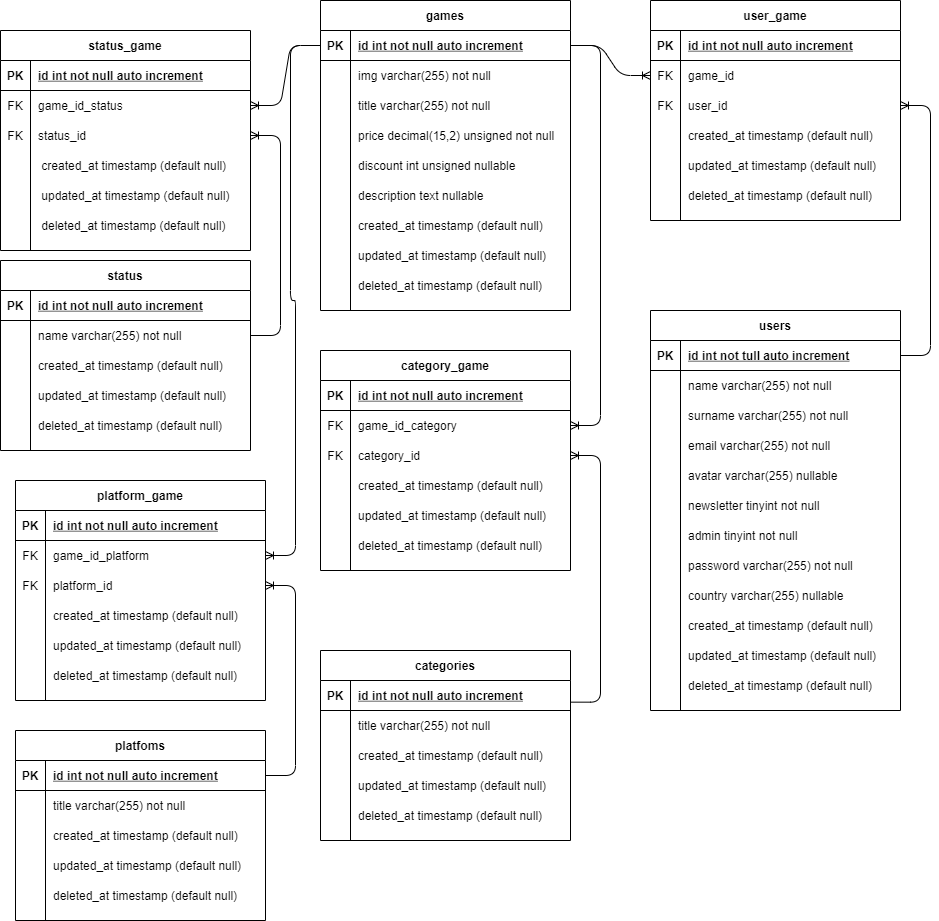
matiasncocco/grupo_6_GameCentral keeps this draw.io diagram as src/database/diagrams/DER drawio.png. Above is the earlier version. Source tidied: cells renumbered, new cells last; positions are measured from the earlier drawing's top-left corner, leaving out a move shared by most shapes.
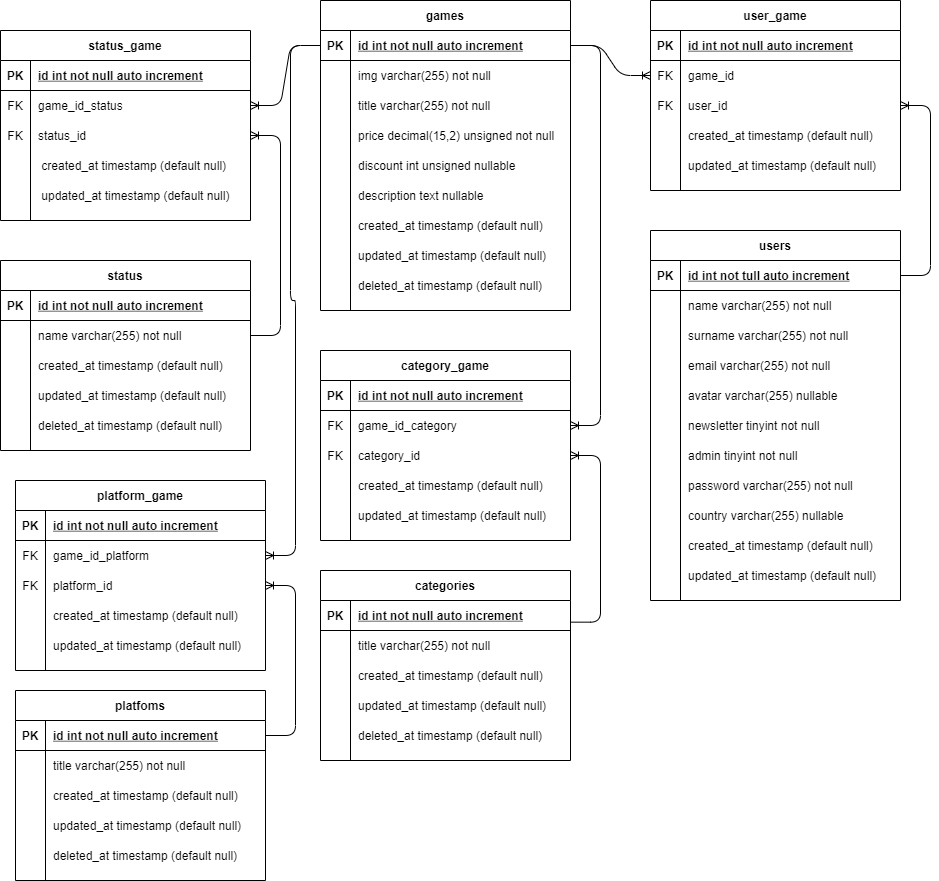
After the commit.

Change to the diagram source:
```diff
@@ -3,7 +3,7 @@
     <mxCell id="0" />
     <mxCell id="1" parent="0" />
     <mxCell id="2" value="categories" style="shape=table;startSize=30;rowLines=0;fontStyle=1;align=center;" parent="1" vertex="1">
-      <mxGeometry x="320" y="650" width="250" height="190" as="geometry" />
+      <mxGeometry x="320" y="570" width="250" height="190" as="geometry" />
     </mxCell>
     <mxCell id="3" style="shape=partialRectangle;fillColor=none;points=[[0,0.5],[1,0.5]];portConstraint=eastwest;top=0;left=0;right=0;bottom=1;" parent="2" vertex="1">
       <mxGeometry y="30" width="250" height="30" as="geometry" />
@@ -51,7 +51,7 @@
       <mxGeometry x="30" width="220" height="30" as="geometry" />
     </mxCell>
     <mxCell id="18" value="users" style="shape=table;startSize=30;rowLines=0;fontStyle=1;align=center;" parent="1" vertex="1">
-      <mxGeometry x="650" y="310" width="250" height="400" as="geometry" />
+      <mxGeometry x="650" y="230" width="250" height="370" as="geometry" />
     </mxCell>
     <mxCell id="19" style="shape=partialRectangle;fillColor=none;points=[[0,0.5],[1,0.5]];portConstraint=eastwest;top=0;left=0;right=0;bottom=1;" parent="18" vertex="1">
       <mxGeometry y="30" width="250" height="30" as="geometry" />
@@ -152,15 +152,6 @@
     <mxCell id="51" value="updated_at timestamp (default null)" style="shape=partialRectangle;overflow=hidden;fillColor=none;top=0;left=0;bottom=0;right=0;align=left;spacingLeft=6;" parent="49" vertex="1">
       <mxGeometry x="30" width="220" height="30" as="geometry" />
     </mxCell>
-    <mxCell id="52" style="shape=partialRectangle;fillColor=none;top=0;left=0;right=0;bottom=0;" parent="18" vertex="1">
-      <mxGeometry y="360" width="250" height="30" as="geometry" />
-    </mxCell>
-    <mxCell id="53" style="shape=partialRectangle;overflow=hidden;fillColor=none;top=0;left=0;bottom=0;right=0;" parent="52" vertex="1">
-      <mxGeometry width="30" height="30" as="geometry" />
-    </mxCell>
-    <mxCell id="54" value="deleted_at timestamp (default null)" style="shape=partialRectangle;overflow=hidden;fillColor=none;top=0;left=0;bottom=0;right=0;align=left;spacingLeft=6;" parent="52" vertex="1">
-      <mxGeometry x="30" width="220" height="30" as="geometry" />
-    </mxCell>
     <mxCell id="55" value="games" style="shape=table;startSize=30;rowLines=0;fontStyle=1;align=center;" parent="1" vertex="1">
       <mxGeometry x="320" width="250" height="310" as="geometry" />
     </mxCell>
@@ -246,7 +237,7 @@
       <mxGeometry x="30" width="220" height="30" as="geometry" />
     </mxCell>
     <mxCell id="83" value="category_game" style="shape=table;startSize=30;rowLines=0;fontStyle=1;align=center;" parent="1" vertex="1">
-      <mxGeometry x="320" y="350" width="250" height="220" as="geometry" />
+      <mxGeometry x="320" y="350" width="250" height="190" as="geometry" />
     </mxCell>
     <mxCell id="84" style="shape=partialRectangle;fillColor=none;top=0;left=0;right=0;bottom=1;" parent="83" vertex="1">
       <mxGeometry y="30" width="250" height="30" as="geometry" />
@@ -293,15 +284,6 @@
     <mxCell id="98" value="updated_at timestamp (default null)" style="shape=partialRectangle;overflow=hidden;fillColor=none;top=0;left=0;bottom=0;right=0;align=left;spacingLeft=6;" parent="96" vertex="1">
       <mxGeometry x="30" width="220" height="30" as="geometry" />
     </mxCell>
-    <mxCell id="99" style="shape=partialRectangle;fillColor=none;top=0;left=0;right=0;bottom=0;" parent="83" vertex="1">
-      <mxGeometry y="180" width="250" height="30" as="geometry" />
-    </mxCell>
-    <mxCell id="100" style="shape=partialRectangle;overflow=hidden;fillColor=none;top=0;left=0;bottom=0;right=0;" parent="99" vertex="1">
-      <mxGeometry width="30" height="30" as="geometry" />
-    </mxCell>
-    <mxCell id="101" value="deleted_at timestamp (default null)" style="shape=partialRectangle;overflow=hidden;fillColor=none;top=0;left=0;bottom=0;right=0;align=left;spacingLeft=6;" parent="99" vertex="1">
-      <mxGeometry x="30" width="220" height="30" as="geometry" />
-    </mxCell>
     <mxCell id="102" style="edgeStyle=entityRelationEdgeStyle;fontSize=12;html=1;endArrow=ERoneToMany;exitX=1;exitY=0.5;exitDx=0;exitDy=0;entryX=1;entryY=0.5;entryDx=0;entryDy=0;" parent="1" edge="1" source="56" target="87">
       <mxGeometry relative="1" as="geometry" />
     </mxCell>
@@ -309,7 +291,7 @@
       <mxGeometry relative="1" as="geometry" />
     </mxCell>
     <mxCell id="104" value="platform_game" style="shape=table;startSize=30;rowLines=0;fontStyle=1;align=center;" parent="1" vertex="1">
-      <mxGeometry x="15" y="480" width="250" height="220" as="geometry" />
+      <mxGeometry x="15" y="480" width="250" height="190" as="geometry" />
     </mxCell>
     <mxCell id="105" style="shape=partialRectangle;fillColor=none;top=0;left=0;right=0;bottom=1;" parent="104" vertex="1">
       <mxGeometry y="30" width="250" height="30" as="geometry" />
@@ -356,17 +338,8 @@
     <mxCell id="119" value="updated_at timestamp (default null)" style="shape=partialRectangle;overflow=hidden;fillColor=none;top=0;left=0;bottom=0;right=0;align=left;spacingLeft=6;" parent="117" vertex="1">
       <mxGeometry x="30" width="220" height="30" as="geometry" />
     </mxCell>
-    <mxCell id="120" style="shape=partialRectangle;fillColor=none;top=0;left=0;right=0;bottom=0;" parent="104" vertex="1">
-      <mxGeometry y="180" width="250" height="30" as="geometry" />
-    </mxCell>
-    <mxCell id="121" style="shape=partialRectangle;overflow=hidden;fillColor=none;top=0;left=0;bottom=0;right=0;" parent="120" vertex="1">
-      <mxGeometry width="30" height="30" as="geometry" />
-    </mxCell>
-    <mxCell id="122" value="deleted_at timestamp (default null)" style="shape=partialRectangle;overflow=hidden;fillColor=none;top=0;left=0;bottom=0;right=0;align=left;spacingLeft=6;" parent="120" vertex="1">
-      <mxGeometry x="30" width="220" height="30" as="geometry" />
-    </mxCell>
     <mxCell id="123" value="platfoms" style="shape=table;startSize=30;rowLines=0;fontStyle=1;align=center;" parent="1" vertex="1">
-      <mxGeometry x="15" y="730" width="250" height="190" as="geometry" />
+      <mxGeometry x="15" y="690" width="250" height="190" as="geometry" />
     </mxCell>
     <mxCell id="124" style="shape=partialRectangle;fillColor=none;points=[[0,0.5],[1,0.5]];portConstraint=eastwest;top=0;left=0;right=0;bottom=1;" parent="123" vertex="1">
       <mxGeometry y="30" width="250" height="30" as="geometry" />
@@ -420,7 +393,7 @@
       <mxGeometry relative="1" as="geometry" />
     </mxCell>
     <mxCell id="141" value="user_game" style="shape=table;startSize=30;rowLines=0;fontStyle=1;align=center;" parent="1" vertex="1">
-      <mxGeometry x="650" width="250" height="220" as="geometry" />
+      <mxGeometry x="650" width="250" height="190" as="geometry" />
     </mxCell>
     <mxCell id="142" style="shape=partialRectangle;fillColor=none;top=0;left=0;right=0;bottom=1;" parent="141" vertex="1">
       <mxGeometry y="30" width="250" height="30" as="geometry" />
@@ -467,15 +440,6 @@
     <mxCell id="156" value="updated_at timestamp (default null)" style="shape=partialRectangle;overflow=hidden;fillColor=none;top=0;left=0;bottom=0;right=0;align=left;spacingLeft=6;" parent="154" vertex="1">
       <mxGeometry x="30" width="220" height="30" as="geometry" />
     </mxCell>
-    <mxCell id="157" style="shape=partialRectangle;fillColor=none;top=0;left=0;right=0;bottom=0;" parent="141" vertex="1">
-      <mxGeometry y="180" width="250" height="30" as="geometry" />
-    </mxCell>
-    <mxCell id="158" style="shape=partialRectangle;overflow=hidden;fillColor=none;top=0;left=0;bottom=0;right=0;" parent="157" vertex="1">
-      <mxGeometry width="30" height="30" as="geometry" />
-    </mxCell>
-    <mxCell id="159" value="deleted_at timestamp (default null)" style="shape=partialRectangle;overflow=hidden;fillColor=none;top=0;left=0;bottom=0;right=0;align=left;spacingLeft=6;" parent="157" vertex="1">
-      <mxGeometry x="30" width="220" height="30" as="geometry" />
-    </mxCell>
     <mxCell id="160" style="edgeStyle=entityRelationEdgeStyle;fontSize=12;html=1;endArrow=ERoneToMany;exitX=1;exitY=0.5;exitDx=0;exitDy=0;entryX=0;entryY=0.5;entryDx=0;entryDy=0;" parent="1" edge="1" source="56" target="145">
       <mxGeometry relative="1" as="geometry" />
     </mxCell>
@@ -483,7 +447,7 @@
       <mxGeometry relative="1" as="geometry" />
     </mxCell>
     <mxCell id="162" value="status_game" style="shape=table;startSize=30;rowLines=0;fontStyle=1;align=center;" parent="1" vertex="1">
-      <mxGeometry y="30" width="250" height="220" as="geometry" />
+      <mxGeometry y="30" width="250" height="190" as="geometry" />
     </mxCell>
     <mxCell id="163" style="shape=partialRectangle;fillColor=none;top=0;left=0;right=0;bottom=1;" parent="162" vertex="1">
       <mxGeometry y="30" width="250" height="30" as="geometry" />
@@ -530,15 +494,6 @@
     <mxCell id="177" value=" updated_at timestamp (default null)" style="shape=partialRectangle;overflow=hidden;fillColor=none;top=0;left=0;bottom=0;right=0;align=left;spacingLeft=6;" parent="175" vertex="1">
       <mxGeometry x="30" width="220" height="30" as="geometry" />
     </mxCell>
-    <mxCell id="178" style="shape=partialRectangle;fillColor=none;top=0;left=0;right=0;bottom=0;" parent="162" vertex="1">
-      <mxGeometry y="180" width="250" height="30" as="geometry" />
-    </mxCell>
-    <mxCell id="179" style="shape=partialRectangle;overflow=hidden;fillColor=none;top=0;left=0;bottom=0;right=0;" parent="178" vertex="1">
-      <mxGeometry width="30" height="30" as="geometry" />
-    </mxCell>
-    <mxCell id="180" value=" deleted_at timestamp (default null)" style="shape=partialRectangle;overflow=hidden;fillColor=none;top=0;left=0;bottom=0;right=0;align=left;spacingLeft=6;" parent="178" vertex="1">
-      <mxGeometry x="30" width="220" height="30" as="geometry" />
-    </mxCell>
     <mxCell id="181" value="status" style="shape=table;startSize=30;rowLines=0;fontStyle=1;align=center;" parent="1" vertex="1">
       <mxGeometry y="260" width="250" height="190" as="geometry" />
     </mxCell>
```
